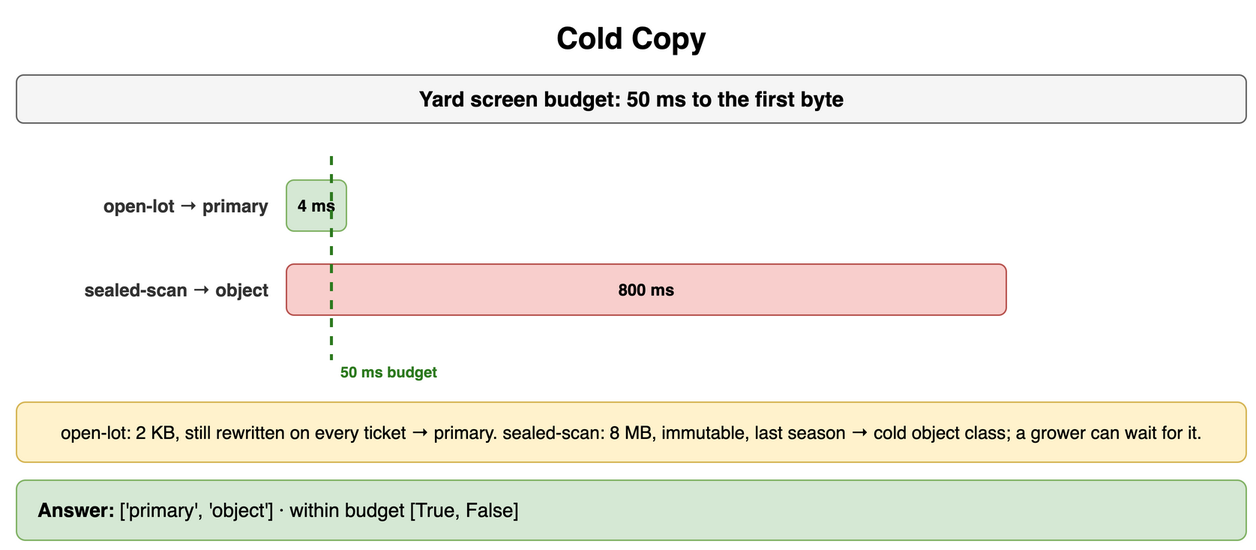
Above: content/09_System_Design_Interview/13_Storage_and_Data_Processing_at_Scale/diagrams/storage-processing-drills-8-cold-copy.png in amendez13/swe-study-guide (draw.io), before the change. Source tidied: cells renumbered, new cells last; positions are measured from the earlier drawing's top-left corner, leaving out a move shared by most shapes. Its diagram source:
```xml
<mxGraphModel>
  <root>
    <mxCell id="0" />
    <mxCell id="1" parent="0" />
    <mxCell id="2" value="Cold Copy" style="text;html=1;align=center;verticalAlign=middle;whiteSpace=wrap;fontSize=20;fontStyle=1;" parent="1" vertex="1">
      <mxGeometry width="820" height="30" as="geometry" />
    </mxCell>
    <mxCell id="3" value="Yard screen budget: 50 ms to the first byte" style="rounded=1;whiteSpace=wrap;html=1;fillColor=#f5f5f5;strokeColor=#666666;fontStyle=1;fontSize=14;" parent="1" vertex="1">
      <mxGeometry y="40" width="820" height="32" as="geometry" />
    </mxCell>
    <mxCell id="4" value="open-lot → primary" style="text;html=1;whiteSpace=wrap;fontSize=11;align=right;verticalAlign=middle;fontSize=12;fontColor=#333333;fontStyle=1;" parent="1" vertex="1">
      <mxGeometry y="110" width="170" height="34" as="geometry" />
    </mxCell>
    <mxCell id="5" value="4 ms" style="rounded=1;whiteSpace=wrap;html=1;fillColor=#d5e8d4;strokeColor=#82b366;fontSize=11;align=center;fontStyle=1;" parent="1" vertex="1">
      <mxGeometry x="180" y="110" width="40" height="34" as="geometry" />
    </mxCell>
    <mxCell id="6" value="sealed-scan → object" style="text;html=1;whiteSpace=wrap;fontSize=11;align=right;verticalAlign=middle;fontSize=12;fontColor=#333333;fontStyle=1;" parent="1" vertex="1">
      <mxGeometry y="166" width="170" height="34" as="geometry" />
    </mxCell>
    <mxCell id="7" value="800 ms" style="rounded=1;whiteSpace=wrap;html=1;fillColor=#f8cecc;strokeColor=#b85450;fontSize=11;align=center;fontStyle=1;" parent="1" vertex="1">
      <mxGeometry x="180" y="166" width="480" height="34" as="geometry" />
    </mxCell>
    <mxCell id="8" style="endArrow=none;html=1;strokeColor=#2d7a1f;strokeWidth=2;dashed=1;" parent="1" edge="1">
      <mxGeometry relative="1" as="geometry">
        <mxPoint x="210" y="94" as="sourcePoint" />
        <mxPoint x="210" y="230" as="targetPoint" />
      </mxGeometry>
    </mxCell>
    <mxCell id="9" value="50 ms budget" style="text;html=1;whiteSpace=wrap;fontSize=11;align=left;verticalAlign=middle;fontSize=10;fontColor=#2d7a1f;fontStyle=1;" parent="1" vertex="1">
      <mxGeometry x="214" y="230" width="120" height="16" as="geometry" />
    </mxCell>
    <mxCell id="10" value="open-lot: 2 KB, still rewritten on every ticket → primary. sealed-scan: 8 MB, immutable, last season → cold object class; a grower can wait for it." style="rounded=1;whiteSpace=wrap;html=1;fillColor=#fff2cc;strokeColor=#d6b656;fontSize=12;align=center;" parent="1" vertex="1">
      <mxGeometry y="258" width="820" height="40" as="geometry" />
    </mxCell>
    <mxCell id="11" value="&lt;b&gt;Answer:&lt;/b&gt; ['primary', 'object'] · within budget [True, False]" style="rounded=1;whiteSpace=wrap;html=1;fillColor=#d5e8d4;strokeColor=#82b366;fontSize=13;align=left;spacingLeft=12;" parent="1" vertex="1">
      <mxGeometry y="310" width="820" height="40" as="geometry" />
    </mxCell>
  </root>
</mxGraphModel>
```
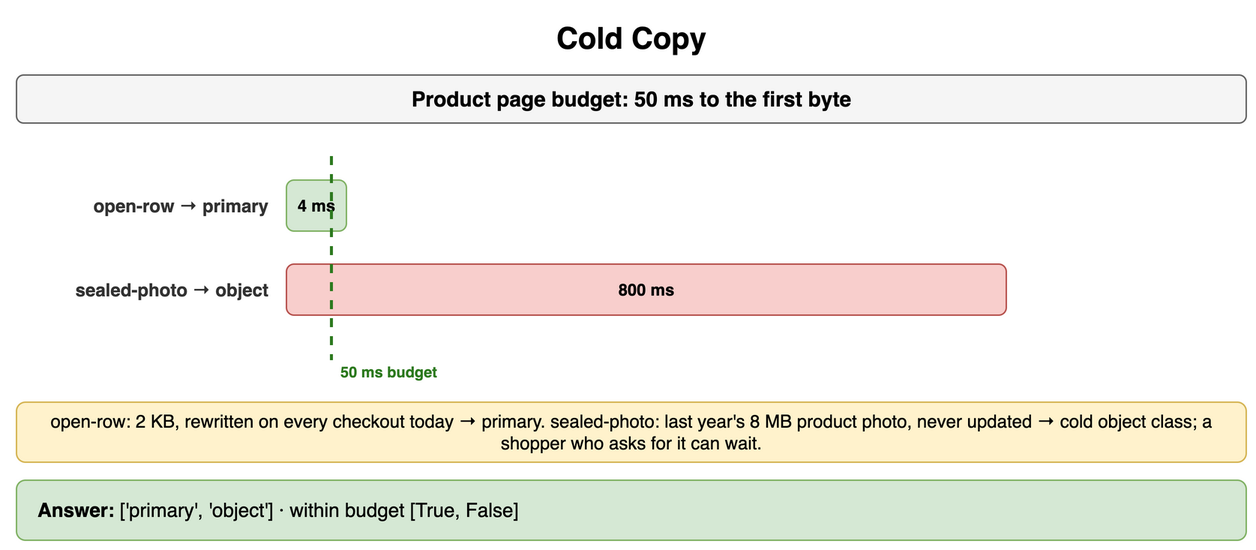
The same file after the commit.

The edit, as a diff of the source:
```diff
@@ -5,16 +5,16 @@
     <mxCell id="2" value="Cold Copy" style="text;html=1;align=center;verticalAlign=middle;whiteSpace=wrap;fontSize=20;fontStyle=1;" parent="1" vertex="1">
       <mxGeometry width="820" height="30" as="geometry" />
     </mxCell>
-    <mxCell id="3" value="Yard screen budget: 50 ms to the first byte" style="rounded=1;whiteSpace=wrap;html=1;fillColor=#f5f5f5;strokeColor=#666666;fontStyle=1;fontSize=14;" parent="1" vertex="1">
+    <mxCell id="3" value="Product page budget: 50 ms to the first byte" style="rounded=1;whiteSpace=wrap;html=1;fillColor=#f5f5f5;strokeColor=#666666;fontStyle=1;fontSize=14;" parent="1" vertex="1">
       <mxGeometry y="40" width="820" height="32" as="geometry" />
     </mxCell>
-    <mxCell id="4" value="open-lot → primary" style="text;html=1;whiteSpace=wrap;fontSize=11;align=right;verticalAlign=middle;fontSize=12;fontColor=#333333;fontStyle=1;" parent="1" vertex="1">
+    <mxCell id="4" value="open-row → primary" style="text;html=1;whiteSpace=wrap;fontSize=11;align=right;verticalAlign=middle;fontSize=12;fontColor=#333333;fontStyle=1;" parent="1" vertex="1">
       <mxGeometry y="110" width="170" height="34" as="geometry" />
     </mxCell>
     <mxCell id="5" value="4 ms" style="rounded=1;whiteSpace=wrap;html=1;fillColor=#d5e8d4;strokeColor=#82b366;fontSize=11;align=center;fontStyle=1;" parent="1" vertex="1">
       <mxGeometry x="180" y="110" width="40" height="34" as="geometry" />
     </mxCell>
-    <mxCell id="6" value="sealed-scan → object" style="text;html=1;whiteSpace=wrap;fontSize=11;align=right;verticalAlign=middle;fontSize=12;fontColor=#333333;fontStyle=1;" parent="1" vertex="1">
+    <mxCell id="6" value="sealed-photo → object" style="text;html=1;whiteSpace=wrap;fontSize=11;align=right;verticalAlign=middle;fontSize=12;fontColor=#333333;fontStyle=1;" parent="1" vertex="1">
       <mxGeometry y="166" width="170" height="34" as="geometry" />
     </mxCell>
     <mxCell id="7" value="800 ms" style="rounded=1;whiteSpace=wrap;html=1;fillColor=#f8cecc;strokeColor=#b85450;fontSize=11;align=center;fontStyle=1;" parent="1" vertex="1">
@@ -29,7 +29,7 @@
     <mxCell id="9" value="50 ms budget" style="text;html=1;whiteSpace=wrap;fontSize=11;align=left;verticalAlign=middle;fontSize=10;fontColor=#2d7a1f;fontStyle=1;" parent="1" vertex="1">
       <mxGeometry x="214" y="230" width="120" height="16" as="geometry" />
     </mxCell>
-    <mxCell id="10" value="open-lot: 2 KB, still rewritten on every ticket → primary. sealed-scan: 8 MB, immutable, last season → cold object class; a grower can wait for it." style="rounded=1;whiteSpace=wrap;html=1;fillColor=#fff2cc;strokeColor=#d6b656;fontSize=12;align=center;" parent="1" vertex="1">
+    <mxCell id="10" value="open-row: 2 KB, rewritten on every checkout today → primary. sealed-photo: last year's 8 MB product photo, never updated → cold object class; a shopper who asks for it can wait." style="rounded=1;whiteSpace=wrap;html=1;fillColor=#fff2cc;strokeColor=#d6b656;fontSize=12;align=center;" parent="1" vertex="1">
       <mxGeometry y="258" width="820" height="40" as="geometry" />
     </mxCell>
     <mxCell id="11" value="&lt;b&gt;Answer:&lt;/b&gt; ['primary', 'object'] · within budget [True, False]" style="rounded=1;whiteSpace=wrap;html=1;fillColor=#d5e8d4;strokeColor=#82b366;fontSize=13;align=left;spacingLeft=12;" parent="1" vertex="1">
```
